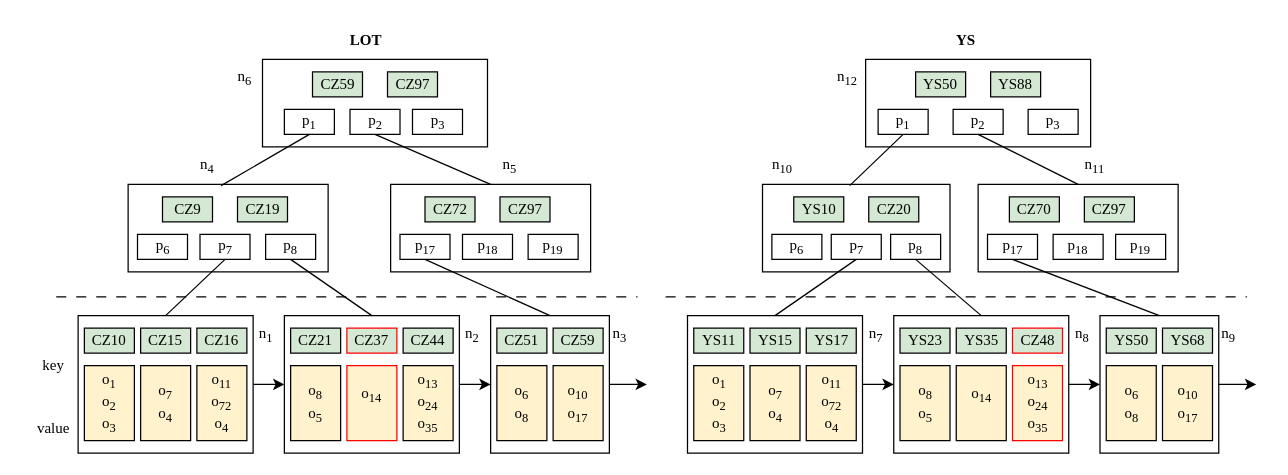
This is page "3.6" (8 of 21) of 未命名绘图.drawio from jue73/7339, a draw.io file, before an edit. Source tidied: cells renumbered, new cells numbered last; positions are measured from the earlier drawing's top-left corner, leaving out a move shared by most shapes. Both pictures are drawn from the tidied source at 125%, with x=0, y=0 at pixel (21, 21).
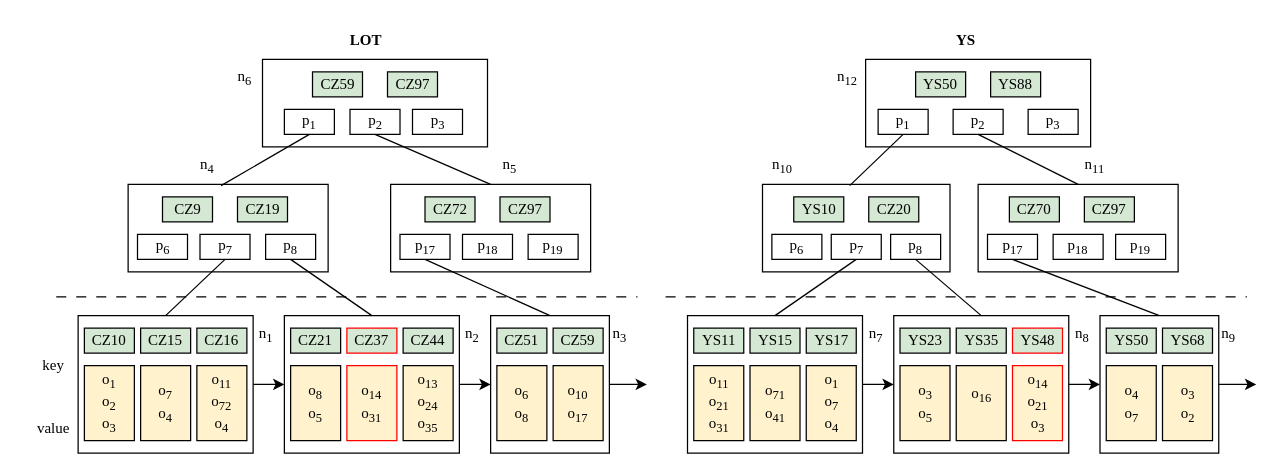
The same diagram, later.

Commit message (it also covers changes not shown here):
更新未命名绘图.drawio

The edit, as a diff of the source:
```diff
@@
-    <mxCell id="34" value="&lt;font face=&quot;Times New Roman&quot;&gt;o&lt;sub style=&quot;&quot;&gt;14&lt;/sub&gt;&lt;/font&gt;&lt;div&gt;&lt;br&gt;&lt;/div&gt;" style="rounded=0;whiteSpace=wrap;html=1;fillColor=#fff2cc;strokeColor=#FF0000;" parent="1" vertex="1">
+    <mxCell id="34" value="&lt;font face=&quot;Times New Roman&quot;&gt;o&lt;sub style=&quot;&quot;&gt;14&lt;/sub&gt;&lt;/font&gt;&lt;div&gt;&lt;font face=&quot;Times New Roman&quot;&gt;o&lt;sub style=&quot;&quot;&gt;31&lt;/sub&gt;&lt;/font&gt;&lt;br&gt;&lt;/div&gt;" style="rounded=0;whiteSpace=wrap;html=1;fillColor=#fff2cc;strokeColor=#FF0000;" parent="1" vertex="1">
       <mxGeometry x="260" y="275" width="40" height="60" as="geometry" />
     </mxCell>
@@
-    <mxCell id="82" value="&lt;font face=&quot;Times New Roman&quot;&gt;o&lt;sub&gt;1&lt;/sub&gt;&lt;/font&gt;&lt;div&gt;&lt;font face=&quot;Times New Roman&quot;&gt;o&lt;sub style=&quot;&quot;&gt;2&lt;/sub&gt;&lt;/font&gt;&lt;/div&gt;&lt;div&gt;&lt;font face=&quot;Times New Roman&quot;&gt;o&lt;sub style=&quot;&quot;&gt;3&lt;/sub&gt;&lt;/font&gt;&lt;/div&gt;" style="rounded=0;whiteSpace=wrap;html=1;fillColor=#fff2cc;strokeColor=#000000;" parent="1" vertex="1">
+    <mxCell id="82" value="&lt;font face=&quot;Times New Roman&quot;&gt;o&lt;sub&gt;11&lt;/sub&gt;&lt;/font&gt;&lt;div&gt;&lt;font face=&quot;Times New Roman&quot;&gt;o&lt;sub style=&quot;&quot;&gt;21&lt;/sub&gt;&lt;/font&gt;&lt;/div&gt;&lt;div&gt;&lt;font face=&quot;Times New Roman&quot;&gt;o&lt;sub style=&quot;&quot;&gt;31&lt;/sub&gt;&lt;/font&gt;&lt;/div&gt;" style="rounded=0;whiteSpace=wrap;html=1;fillColor=#fff2cc;strokeColor=#000000;" parent="1" vertex="1">
       <mxGeometry x="537.5" y="275" width="40" height="60" as="geometry" />
     </mxCell>
@@
-    <mxCell id="84" value="&lt;font face=&quot;Times New Roman&quot;&gt;o&lt;sub&gt;7&lt;/sub&gt;&lt;/font&gt;&lt;div&gt;&lt;font face=&quot;Times New Roman&quot;&gt;o&lt;sub style=&quot;&quot;&gt;4&lt;/sub&gt;&lt;/font&gt;&lt;/div&gt;" style="rounded=0;whiteSpace=wrap;html=1;fillColor=#fff2cc;strokeColor=#000000;" parent="1" vertex="1">
+    <mxCell id="84" value="&lt;font face=&quot;Times New Roman&quot;&gt;o&lt;sub&gt;71&lt;/sub&gt;&lt;/font&gt;&lt;div&gt;&lt;font face=&quot;Times New Roman&quot;&gt;o&lt;sub style=&quot;&quot;&gt;41&lt;/sub&gt;&lt;/font&gt;&lt;/div&gt;" style="rounded=0;whiteSpace=wrap;html=1;fillColor=#fff2cc;strokeColor=#000000;" parent="1" vertex="1">
       <mxGeometry x="582.5" y="275" width="40" height="60" as="geometry" />
     </mxCell>
@@
-    <mxCell id="86" value="&lt;font face=&quot;Times New Roman&quot;&gt;o&lt;sub&gt;11&lt;/sub&gt;&lt;/font&gt;&lt;div&gt;&lt;font face=&quot;Times New Roman&quot;&gt;o&lt;sub&gt;72&lt;/sub&gt;&lt;/font&gt;&lt;/div&gt;&lt;div&gt;&lt;font face=&quot;Times New Roman&quot;&gt;o&lt;sub&gt;4&lt;/sub&gt;&lt;/font&gt;&lt;/div&gt;" style="rounded=0;whiteSpace=wrap;html=1;fillColor=#fff2cc;strokeColor=#000000;" parent="1" vertex="1">
+    <mxCell id="86" value="&lt;font face=&quot;Times New Roman&quot;&gt;o&lt;sub&gt;1&lt;/sub&gt;&lt;/font&gt;&lt;div&gt;&lt;font face=&quot;Times New Roman&quot;&gt;o&lt;sub&gt;7&lt;/sub&gt;&lt;/font&gt;&lt;/div&gt;&lt;div&gt;&lt;font face=&quot;Times New Roman&quot;&gt;o&lt;sub&gt;4&lt;/sub&gt;&lt;/font&gt;&lt;/div&gt;" style="rounded=0;whiteSpace=wrap;html=1;fillColor=#fff2cc;strokeColor=#000000;" parent="1" vertex="1">
       <mxGeometry x="627.5" y="275" width="40" height="60" as="geometry" />
     </mxCell>
@@
-    <mxCell id="88" value="&lt;font face=&quot;Times New Roman&quot;&gt;o&lt;sub style=&quot;&quot;&gt;14&lt;/sub&gt;&lt;/font&gt;&lt;div&gt;&lt;br&gt;&lt;/div&gt;" style="rounded=0;whiteSpace=wrap;html=1;fillColor=#fff2cc;strokeColor=#000000;" parent="1" vertex="1">
+    <mxCell id="88" value="&lt;font face=&quot;Times New Roman&quot;&gt;o&lt;sub style=&quot;&quot;&gt;16&lt;/sub&gt;&lt;/font&gt;&lt;div&gt;&lt;br&gt;&lt;/div&gt;" style="rounded=0;whiteSpace=wrap;html=1;fillColor=#fff2cc;strokeColor=#000000;" parent="1" vertex="1">
       <mxGeometry x="747.5" y="275" width="40" height="60" as="geometry" />
     </mxCell>
@@
-    <mxCell id="90" value="&lt;font face=&quot;Times New Roman&quot;&gt;o&lt;sub&gt;8&lt;/sub&gt;&lt;/font&gt;&lt;div&gt;&lt;font face=&quot;Times New Roman&quot;&gt;o&lt;sub&gt;5&lt;/sub&gt;&lt;/font&gt;&lt;/div&gt;" style="rounded=0;whiteSpace=wrap;html=1;fillColor=#fff2cc;strokeColor=#000000;" parent="1" vertex="1">
+    <mxCell id="90" value="&lt;font face=&quot;Times New Roman&quot;&gt;o&lt;sub&gt;3&lt;/sub&gt;&lt;/font&gt;&lt;div&gt;&lt;font face=&quot;Times New Roman&quot;&gt;o&lt;sub&gt;5&lt;/sub&gt;&lt;/font&gt;&lt;/div&gt;" style="rounded=0;whiteSpace=wrap;html=1;fillColor=#fff2cc;strokeColor=#000000;" parent="1" vertex="1">
       <mxGeometry x="702.5" y="275" width="40" height="60" as="geometry" />
     </mxCell>
-    <mxCell id="91" value="&lt;font face=&quot;Times New Roman&quot;&gt;CZ48&lt;/font&gt;" style="rounded=0;whiteSpace=wrap;html=1;fillColor=#d5e8d4;strokeColor=#FF0000;" parent="1" vertex="1">
+    <mxCell id="91" value="&lt;font face=&quot;Times New Roman&quot;&gt;YS48&lt;/font&gt;" style="rounded=0;whiteSpace=wrap;html=1;fillColor=#d5e8d4;strokeColor=#FF0000;" parent="1" vertex="1">
       <mxGeometry x="792.5" y="245" width="40" height="20" as="geometry" />
     </mxCell>
-    <mxCell id="92" value="&lt;font face=&quot;Times New Roman&quot;&gt;o&lt;sub&gt;13&lt;/sub&gt;&lt;/font&gt;&lt;div&gt;&lt;font face=&quot;Times New Roman&quot;&gt;o&lt;sub style=&quot;&quot;&gt;24&lt;/sub&gt;&lt;/font&gt;&lt;/div&gt;&lt;div&gt;&lt;font face=&quot;Times New Roman&quot;&gt;o&lt;sub style=&quot;&quot;&gt;35&lt;/sub&gt;&lt;/font&gt;&lt;/div&gt;" style="rounded=0;whiteSpace=wrap;html=1;fillColor=#fff2cc;strokeColor=#FF0000;" parent="1" vertex="1">
+    <mxCell id="92" value="&lt;font face=&quot;Times New Roman&quot;&gt;o&lt;sub&gt;14&lt;/sub&gt;&lt;/font&gt;&lt;div&gt;&lt;font face=&quot;Times New Roman&quot;&gt;o&lt;sub style=&quot;&quot;&gt;21&lt;/sub&gt;&lt;/font&gt;&lt;/div&gt;&lt;div&gt;&lt;font face=&quot;Times New Roman&quot;&gt;o&lt;sub style=&quot;&quot;&gt;3&lt;/sub&gt;&lt;/font&gt;&lt;/div&gt;" style="rounded=0;whiteSpace=wrap;html=1;fillColor=#fff2cc;strokeColor=#FF0000;" parent="1" vertex="1">
       <mxGeometry x="792.5" y="275" width="40" height="60" as="geometry" />
     </mxCell>
@@
-    <mxCell id="98" value="&lt;font face=&quot;Times New Roman&quot;&gt;o&lt;sub&gt;10&lt;/sub&gt;&lt;/font&gt;&lt;div&gt;&lt;font face=&quot;Times New Roman&quot;&gt;o&lt;sub&gt;17&lt;/sub&gt;&lt;/font&gt;&lt;/div&gt;" style="rounded=0;whiteSpace=wrap;html=1;fillColor=#fff2cc;strokeColor=default;" parent="1" vertex="1">
+    <mxCell id="98" value="&lt;font face=&quot;Times New Roman&quot;&gt;o&lt;sub&gt;3&lt;/sub&gt;&lt;/font&gt;&lt;div&gt;&lt;font face=&quot;Times New Roman&quot;&gt;o&lt;sub&gt;2&lt;/sub&gt;&lt;/font&gt;&lt;/div&gt;" style="rounded=0;whiteSpace=wrap;html=1;fillColor=#fff2cc;strokeColor=default;" parent="1" vertex="1">
       <mxGeometry x="912.5" y="275" width="40" height="60" as="geometry" />
     </mxCell>
@@
-    <mxCell id="100" value="&lt;font face=&quot;Times New Roman&quot;&gt;o&lt;sub&gt;6&lt;/sub&gt;&lt;/font&gt;&lt;div&gt;&lt;font face=&quot;Times New Roman&quot;&gt;o&lt;sub&gt;8&lt;/sub&gt;&lt;/font&gt;&lt;/div&gt;" style="rounded=0;whiteSpace=wrap;html=1;fillColor=#fff2cc;strokeColor=default;" parent="1" vertex="1">
+    <mxCell id="100" value="&lt;font face=&quot;Times New Roman&quot;&gt;o&lt;sub&gt;4&lt;/sub&gt;&lt;/font&gt;&lt;div&gt;&lt;font face=&quot;Times New Roman&quot;&gt;o&lt;sub&gt;7&lt;/sub&gt;&lt;/font&gt;&lt;/div&gt;" style="rounded=0;whiteSpace=wrap;html=1;fillColor=#fff2cc;strokeColor=default;" parent="1" vertex="1">
       <mxGeometry x="867.5" y="275" width="40" height="60" as="geometry" />
     </mxCell>
```
